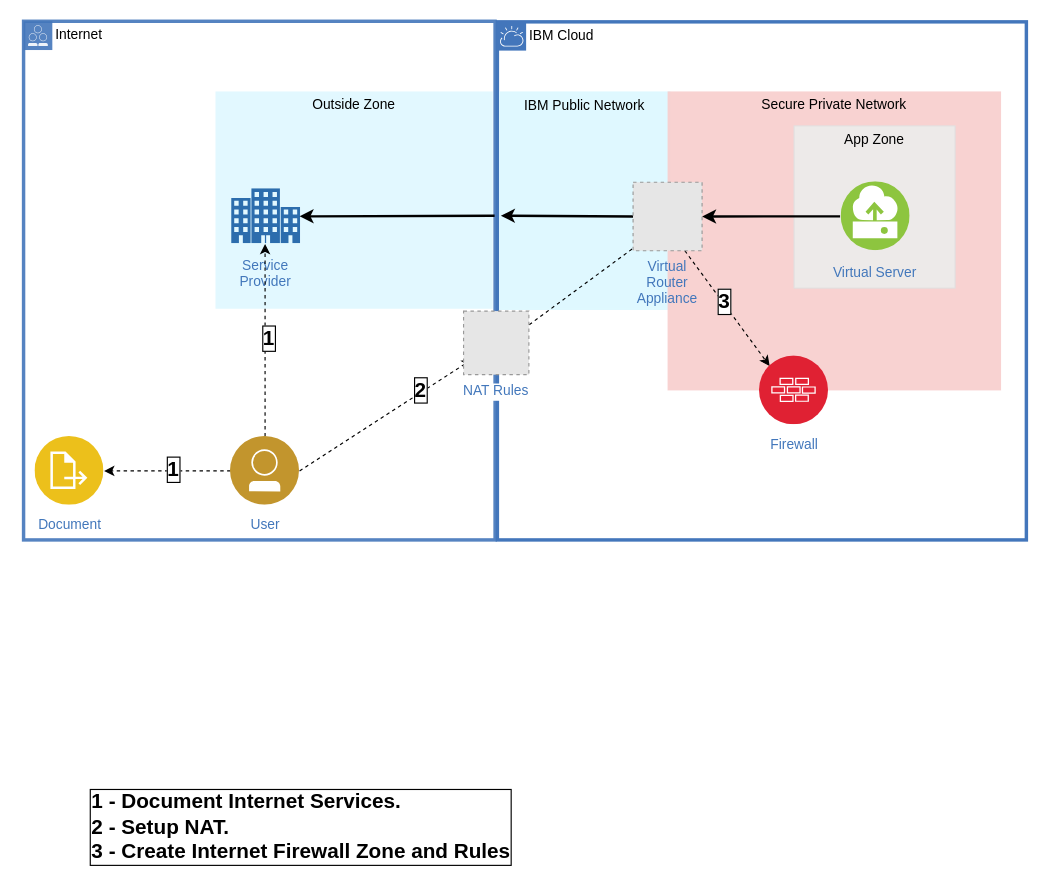
This is drawio/templates/ibm_virtual_router_appliance_NAT.drawio from ibm-cloud-architecture/ibm-cloud-stencils, a draw.io file, before an edit. Source tidied: cells renumbered, new cells numbered last; positions are measured from the earlier drawing's top-left corner, leaving out a move shared by most shapes. Both pictures are drawn from the tidied source at 115%, with x=0, y=0 at pixel (23, 21). Pictures stored in the file or linked from it are replaced by grey dashed boxes.
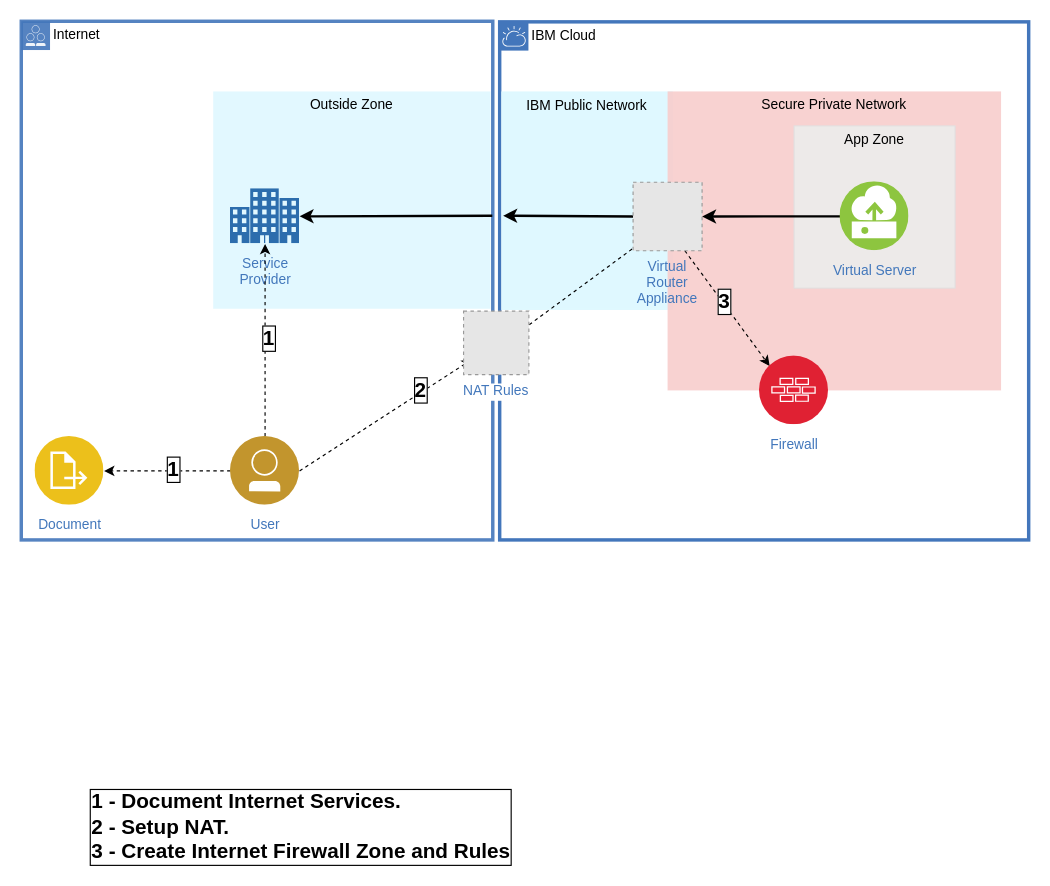
Above is the later version.

The edit, as a diff of the source:
```diff
@@
     <mxCell id="2" value="&lt;font color=&quot;#000000&quot;&gt;&lt;span&gt;IBM Cloud&lt;/span&gt;&lt;/font&gt;" style="shape=mxgraph.ibm.box;prType=cloud;fontStyle=0;verticalAlign=top;align=left;spacingLeft=32;spacingTop=4;fillColor=none;rounded=0;whiteSpace=wrap;html=1;strokeColor=#4376BB;strokeWidth=3;dashed=0;spacing=-4;fontColor=#994C00;" parent="1" vertex="1">
-      <mxGeometry x="412" y="0.5" width="460" height="450.5" as="geometry" />
+      <mxGeometry x="414" y="0.5" width="460" height="450.5" as="geometry" />
     </mxCell>
@@
     <mxCell id="4" value="&lt;span&gt;&lt;font color=&quot;#000000&quot;&gt;Internet&lt;/font&gt;&lt;/span&gt;" style="shape=mxgraph.ibm.box;prType=public;fontStyle=0;verticalAlign=top;align=left;spacingLeft=32;spacingTop=4;fillColor=none;rounded=0;whiteSpace=wrap;html=1;strokeColor=#4376BB;strokeWidth=3;dashed=0;spacing=-4;fontColor=#4277BB;opacity=90;" parent="1" vertex="1">
-      <mxGeometry width="410" height="451" as="geometry" />
+      <mxGeometry x="-2" width="410" height="451" as="geometry" />
     </mxCell>
@@
-    <mxCell id="10" value="&lt;span&gt;Service &lt;br&gt;Provider&lt;/span&gt;" style="perimeter=ellipsePerimeter;html=1;align=center;shadow=0;dashed=0;image;image=img/lib/ibm/vpc/Enterprise2.svg;labelPosition=bottom;verticalLabelPosition=bottom;verticalAlign=top;fontSize=12;flipH=1;labelBackgroundColor=none;fontColor=#4277BB;spacingTop=5;" parent="1" vertex="1">
+    <mxCell id="10" value="&lt;span&gt;Service &lt;br&gt;Provider&lt;/span&gt;" style="perimeter=ellipsePerimeter;html=1;align=center;shadow=0;dashed=0;image;image=img/lib/ibm/vpc/Enterprise2.svg;labelPosition=bottom;verticalLabelPosition=bottom;verticalAlign=top;fontSize=12;flipH=0;labelBackgroundColor=none;fontColor=#4277BB;spacingTop=3;" parent="1" vertex="1">
       <mxGeometry x="180" y="145.6" width="60" height="48" as="geometry" />
     </mxCell>
@@
-    <mxCell id="12" value="Virtual Server" style="perimeter=ellipsePerimeter;html=1;align=center;shadow=0;dashed=0;image;image=img/lib/ibm/vpc/Instance.svg;labelPosition=bottom;verticalLabelPosition=bottom;verticalAlign=top;fontSize=12;flipH=1;labelBackgroundColor=none;fontColor=#4277BB;spacingTop=5;" parent="1" vertex="1">
+    <mxCell id="12" value="Virtual Server" style="perimeter=ellipsePerimeter;html=1;align=center;shadow=0;dashed=0;image;image=img/lib/ibm/vpc/Instance.svg;labelPosition=bottom;verticalLabelPosition=bottom;verticalAlign=top;fontSize=12;flipH=0;labelBackgroundColor=none;fontColor=#4277BB;spacingTop=3;" parent="1" vertex="1">
       <mxGeometry x="710" y="139.6" width="60" height="60" as="geometry" />
     </mxCell>
```
